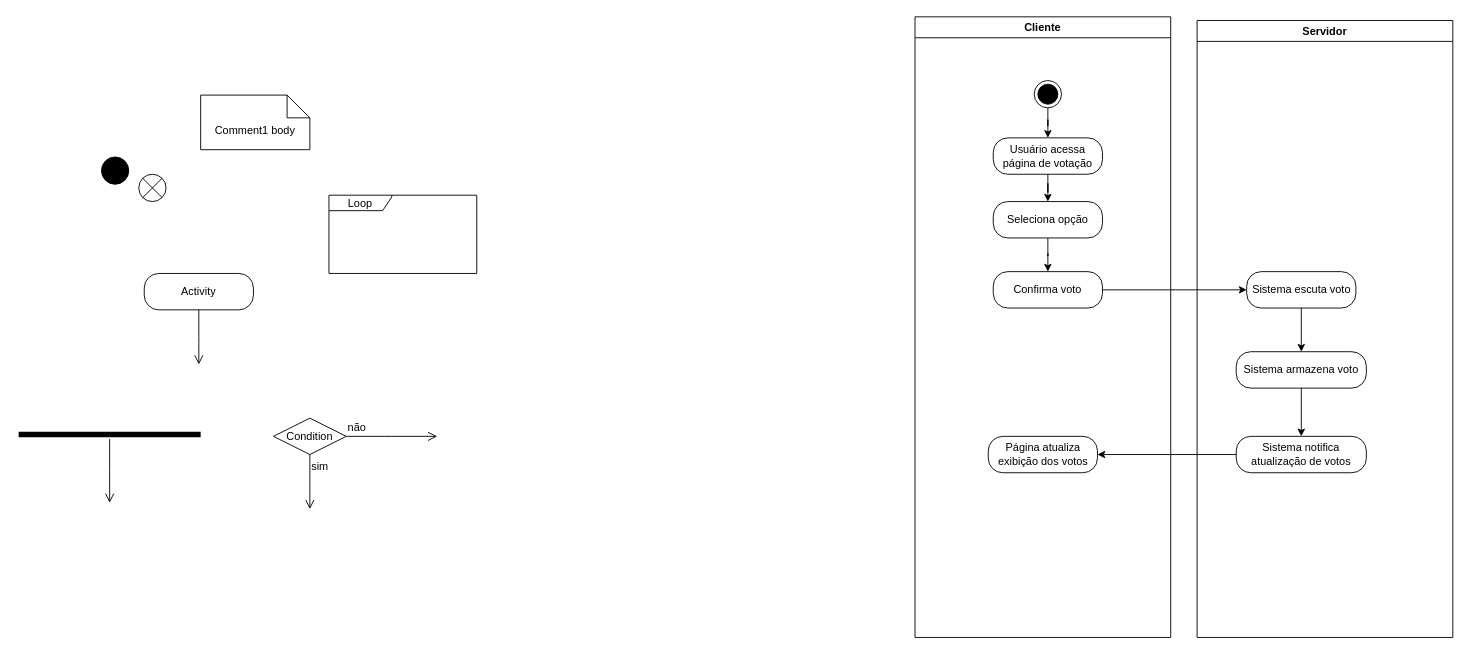
This is page "Diagrama de Fluxo/Atividade" (2 of 3) of Sistema de Votação em Tempo Real.drawio from jeanarthur/sistema_votacao_tempo_real, a draw.io file, before an edit. Source tidied: cells renumbered, new cells numbered last; positions are measured from the earlier drawing's top-left corner, leaving out a move shared by most shapes. Both pictures are drawn from the tidied source at 91%, with x=0, y=0 at pixel (18, 16).
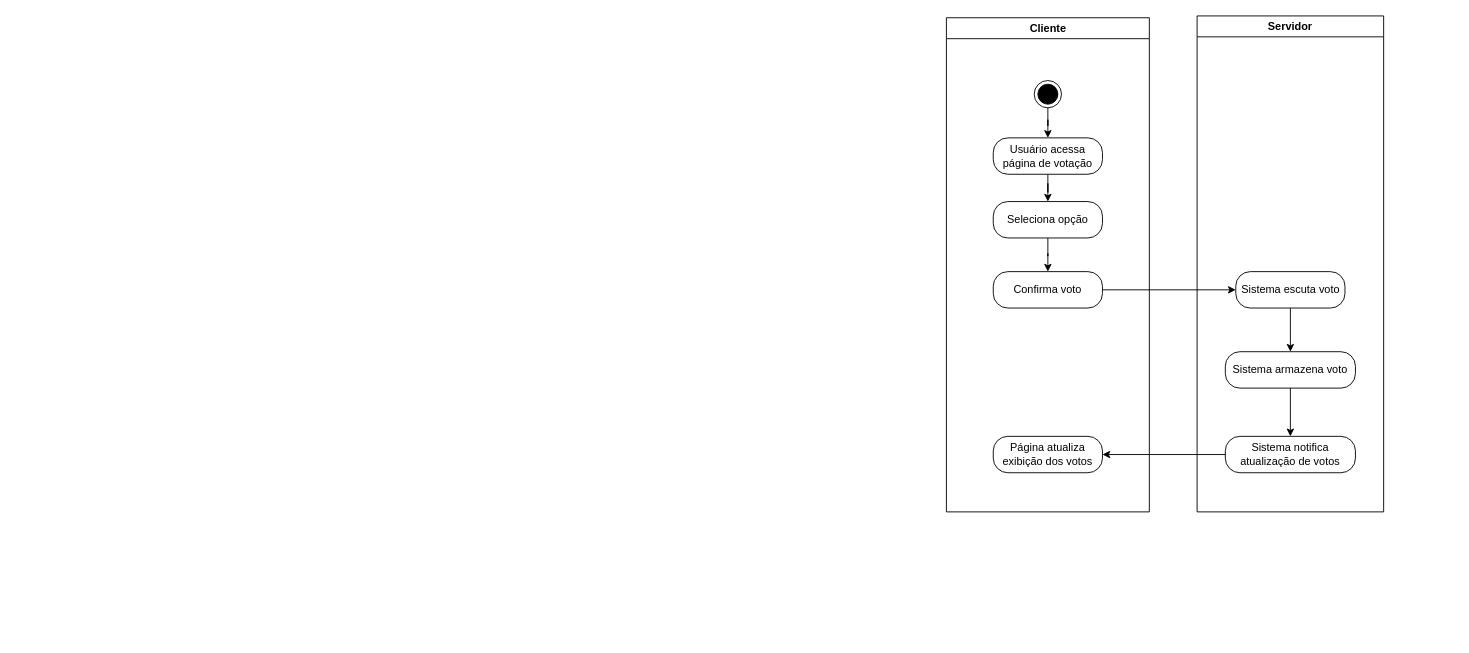
After the change.

The edit, as a diff of the source:
```diff
@@
-    <mxCell id="2" value="Condition" style="rhombus;whiteSpace=wrap;html=1;" parent="1" vertex="1">
-      <mxGeometry x="280" y="441" width="80" height="40" as="geometry" />
-    </mxCell>
-    <mxCell id="3" value="não" style="edgeStyle=orthogonalEdgeStyle;html=1;align=left;verticalAlign=bottom;endArrow=open;endSize=8;rounded=0;fontSize=12;curved=1;" parent="1" edge="1" source="2">
-      <mxGeometry x="-1" relative="1" as="geometry">
-        <mxPoint x="460" y="461" as="targetPoint" />
-      </mxGeometry>
-    </mxCell>
-    <mxCell id="4" value="sim" style="edgeStyle=orthogonalEdgeStyle;html=1;align=left;verticalAlign=top;endArrow=open;endSize=8;rounded=0;fontSize=12;curved=1;" parent="1" edge="1" source="2">
-      <mxGeometry x="-1" relative="1" as="geometry">
-        <mxPoint x="320" y="541" as="targetPoint" />
-      </mxGeometry>
-    </mxCell>
-    <mxCell id="5" value="Activity" style="rounded=1;whiteSpace=wrap;html=1;arcSize=40;" parent="1" vertex="1">
-      <mxGeometry x="138" y="282" width="120" height="40" as="geometry" />
-    </mxCell>
-    <mxCell id="6" style="edgeStyle=orthogonalEdgeStyle;html=1;verticalAlign=bottom;endArrow=open;endSize=8;rounded=0;fontSize=12;curved=1;" parent="1" edge="1" source="5">
-      <mxGeometry relative="1" as="geometry">
-        <mxPoint x="198" y="382" as="targetPoint" />
-      </mxGeometry>
-    </mxCell>
-    <mxCell id="7" style="shape=line;html=1;strokeWidth=6;" parent="1" vertex="1">
-      <mxGeometry y="454" width="200" height="10" as="geometry" />
-    </mxCell>
-    <mxCell id="8" style="edgeStyle=orthogonalEdgeStyle;html=1;verticalAlign=bottom;endArrow=open;endSize=8;rounded=0;fontSize=12;curved=1;" parent="1" edge="1" source="7">
-      <mxGeometry relative="1" as="geometry">
-        <mxPoint x="100" y="534" as="targetPoint" />
-      </mxGeometry>
-    </mxCell>
-    <mxCell id="9" style="ellipse;fillColor=strokeColor;html=1;" parent="1" vertex="1">
-      <mxGeometry x="91" y="154" width="30" height="30" as="geometry" />
-    </mxCell>
@@
-    <mxCell id="12" style="shape=sumEllipse;perimeter=ellipsePerimeter;html=1;backgroundOutline=1;" parent="1" vertex="1">
-      <mxGeometry x="132" y="173" width="30" height="30" as="geometry" />
-    </mxCell>
-    <mxCell id="13" value="Comment1 body" style="shape=note2;boundedLbl=1;whiteSpace=wrap;html=1;size=25;verticalAlign=top;align=center;" parent="1" vertex="1">
-      <mxGeometry x="200" y="86" width="120" height="60" as="geometry" />
-    </mxCell>
-    <mxCell id="14" value="Loop" style="shape=umlFrame;whiteSpace=wrap;html=1;width=69;height=17;" parent="1" vertex="1">
-      <mxGeometry x="341" y="196" width="162.4" height="86" as="geometry" />
-    </mxCell>
@@
     <mxCell id="21" value="Cliente" style="swimlane;whiteSpace=wrap;html=1;" parent="1" vertex="1">
-      <mxGeometry x="985" width="281" height="682" as="geometry" />
+      <mxGeometry x="1019.5" y="1" width="223" height="543" as="geometry" />
     </mxCell>
     <mxCell id="22" value="Página atualiza exibição dos votos" style="rounded=1;whiteSpace=wrap;html=1;arcSize=40;" parent="21" vertex="1">
-      <mxGeometry x="80.5" y="461" width="120" height="40" as="geometry" />
+      <mxGeometry x="51.5" y="460" width="120" height="40" as="geometry" />
     </mxCell>
     <mxCell id="23" value="Servidor" style="swimlane;whiteSpace=wrap;html=1;" parent="1" vertex="1">
-      <mxGeometry x="1295" y="4" width="281" height="678" as="geometry" />
+      <mxGeometry x="1295" y="-1" width="205" height="545" as="geometry" />
     </mxCell>
@@
     <mxCell id="25" value="Sistema escuta voto" style="rounded=1;whiteSpace=wrap;html=1;arcSize=40;" parent="23" vertex="1">
-      <mxGeometry x="54.5" y="276" width="120" height="40" as="geometry" />
+      <mxGeometry x="42.5" y="281" width="120" height="40" as="geometry" />
     </mxCell>
@@
     <mxCell id="27" value="Sistema armazena voto" style="rounded=1;whiteSpace=wrap;html=1;arcSize=40;" parent="23" vertex="1">
-      <mxGeometry x="43" y="364" width="143" height="40" as="geometry" />
+      <mxGeometry x="31" y="369" width="143" height="40" as="geometry" />
     </mxCell>
     <mxCell id="28" value="Sistema notifica atualização de votos" style="rounded=1;whiteSpace=wrap;html=1;arcSize=40;" parent="23" vertex="1">
-      <mxGeometry x="43" y="457" width="143" height="40" as="geometry" />
+      <mxGeometry x="31" y="462" width="143" height="40" as="geometry" />
     </mxCell>
```
